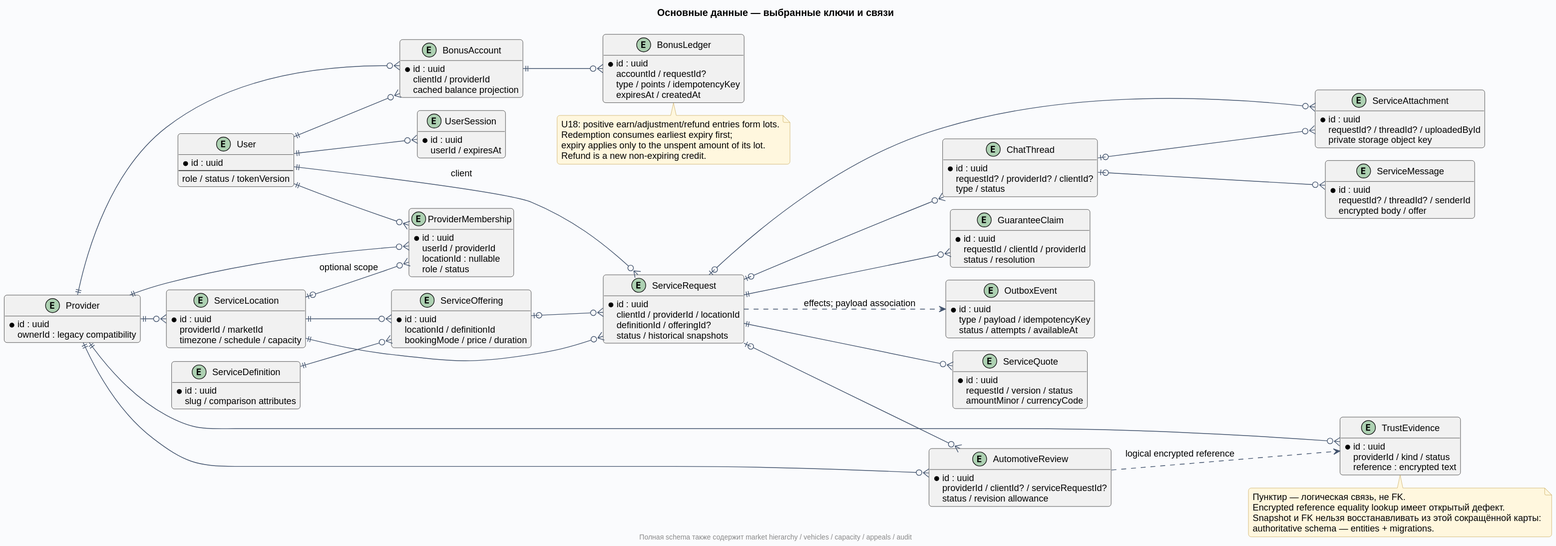
Above: docs/diagrams/rendered/05-domain-data.svg in Dima163163/auto-care-hub (PlantUML), before the change.
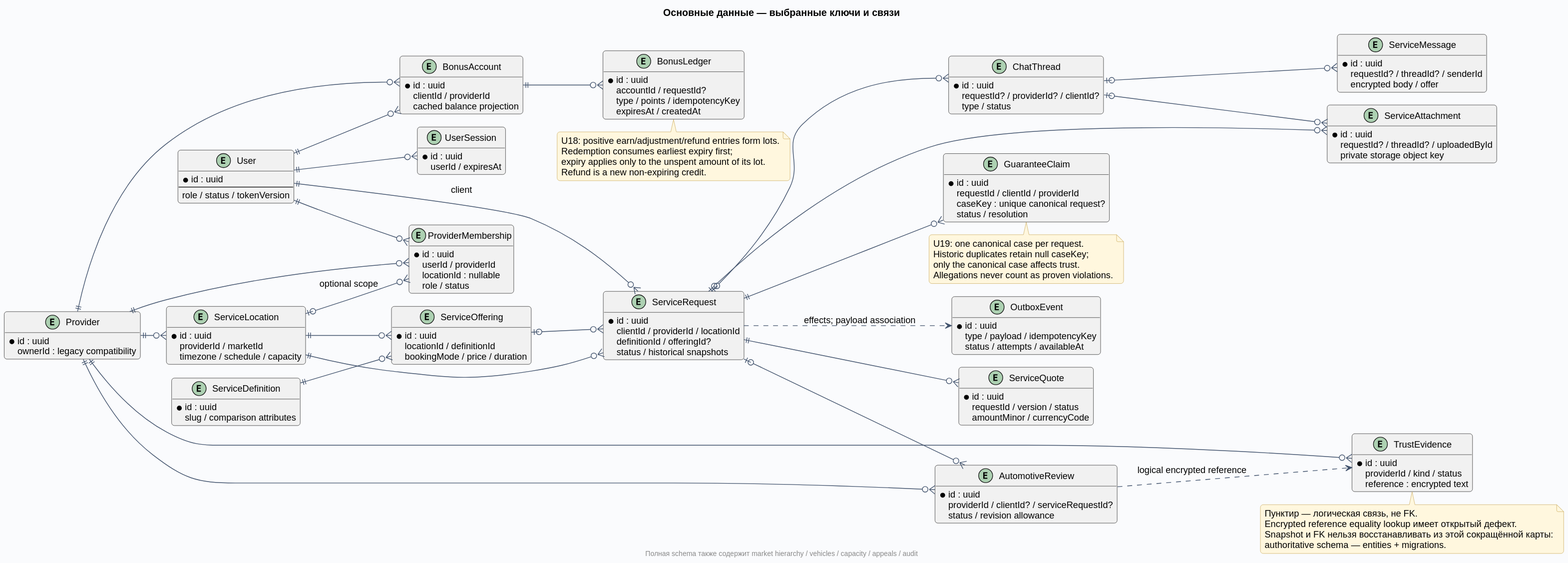
After the commit.

The edit, as a diff of the source:
```diff
@@ -74,6 +74,7 @@
 entity "GuaranteeClaim" as Claim {
   * id : uuid
   requestId / clientId / providerId
+  caseKey : unique canonical request?
   status / resolution
 }
 entity "BonusAccount" as Account {
@@ -121,6 +122,12 @@
   expiry applies only to the unspent amount of its lot.
   Refund is a new non-expiring credit.
 end note
+note bottom of Claim
+  U19: one canonical case per request.
+  Historic duplicates retain null caseKey;
+  only the canonical case affects trust.
+  Allegations never count as proven violations.
+end note
 Request ..> Outbox : effects; payload association
 note bottom of Evidence
   Пунктир — логическая связь, не FK.
```
